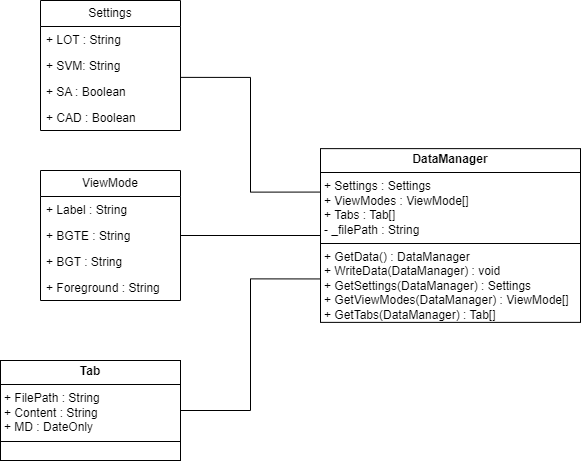
scholzandre/BetterEditor keeps this draw.io diagram as Drafts/ClassDiagrams.drawio.png. Above is the earlier version. Source tidied: cells renumbered, new cells last; positions are measured from the earlier drawing's top-left corner, leaving out a move shared by most shapes.
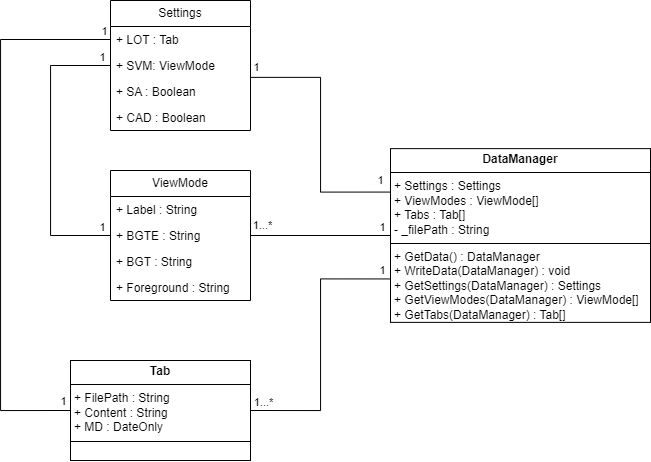
Above is the later version.

Commit message:
#update class diagrams

The edit, as a diff of the source:
```diff
@@ -5,10 +5,10 @@
     <mxCell id="2" value="Settings" style="swimlane;fontStyle=0;horizontal=1;startSize=26;fillColor=none;whiteSpace=wrap;html=1;" parent="1" vertex="1">
       <mxGeometry x="40" width="140" height="130" as="geometry" />
     </mxCell>
-    <mxCell id="3" value="+ LOT : String" style="text;strokeColor=none;fillColor=none;align=left;verticalAlign=top;spacingLeft=4;spacingRight=4;overflow=hidden;points=[[0,0.5],[1,0.5]];portConstraint=eastwest;whiteSpace=wrap;html=1;" parent="2" vertex="1">
+    <mxCell id="3" value="+ LOT : Tab" style="text;strokeColor=none;fillColor=none;align=left;verticalAlign=top;spacingLeft=4;spacingRight=4;overflow=hidden;points=[[0,0.5],[1,0.5]];portConstraint=eastwest;whiteSpace=wrap;html=1;" parent="2" vertex="1">
       <mxGeometry y="26" width="140" height="26" as="geometry" />
     </mxCell>
-    <mxCell id="4" value="+ SVM: String" style="text;strokeColor=none;fillColor=none;align=left;verticalAlign=top;spacingLeft=4;spacingRight=4;overflow=hidden;points=[[0,0.5],[1,0.5]];portConstraint=eastwest;whiteSpace=wrap;html=1;" parent="2" vertex="1">
+    <mxCell id="4" value="+ SVM: ViewMode" style="text;strokeColor=none;fillColor=none;align=left;verticalAlign=top;spacingLeft=4;spacingRight=4;overflow=hidden;points=[[0,0.5],[1,0.5]];portConstraint=eastwest;whiteSpace=wrap;html=1;" parent="2" vertex="1">
       <mxGeometry y="52" width="140" height="26" as="geometry" />
     </mxCell>
     <mxCell id="5" value="+ SA : Boolean" style="text;strokeColor=none;fillColor=none;align=left;verticalAlign=top;spacingLeft=4;spacingRight=4;overflow=hidden;whiteSpace=wrap;html=1;" parent="2" vertex="1">
@@ -35,17 +35,83 @@
     <mxCell id="12" style="edgeStyle=orthogonalEdgeStyle;rounded=0;jettySize=auto;html=1;entryX=0.998;entryY=0.957;entryDx=0;entryDy=0;entryPerimeter=0;endArrow=none;endFill=0;exitX=0;exitY=0.25;exitDx=0;exitDy=0;" parent="1" edge="1" source="16" target="4">
       <mxGeometry relative="1" as="geometry" />
     </mxCell>
+    <mxCell id="17" value="1" style="edgeLabel;html=1;align=center;verticalAlign=middle;" parent="12" vertex="1">
+      <mxGeometry x="-0.92" y="-2" relative="1" as="geometry">
+        <mxPoint y="-10" as="offset" />
+      </mxGeometry>
+    </mxCell>
+    <mxCell id="18" value="1" style="edgeLabel;html=1;align=center;verticalAlign=middle;" parent="12" vertex="1">
+      <mxGeometry x="0.95" y="-1" relative="1" as="geometry">
+        <mxPoint x="-1" y="-9" as="offset" />
+      </mxGeometry>
+    </mxCell>
     <mxCell id="13" style="edgeStyle=orthogonalEdgeStyle;rounded=0;jettySize=auto;html=1;entryX=1;entryY=0.5;entryDx=0;entryDy=0;endArrow=none;endFill=0;exitX=0;exitY=0.5;exitDx=0;exitDy=0;" parent="1" edge="1" source="16" target="9">
       <mxGeometry relative="1" as="geometry" />
     </mxCell>
+    <mxCell id="19" value="1...*" style="edgeLabel;html=1;align=center;verticalAlign=middle;" parent="13" vertex="1">
+      <mxGeometry x="0.83" y="1" relative="1" as="geometry">
+        <mxPoint y="-12" as="offset" />
+      </mxGeometry>
+    </mxCell>
+    <mxCell id="20" value="1" style="edgeLabel;html=1;align=center;verticalAlign=middle;" parent="13" vertex="1">
+      <mxGeometry x="-0.77" relative="1" as="geometry">
+        <mxPoint x="8" y="-9" as="offset" />
+      </mxGeometry>
+    </mxCell>
     <mxCell id="14" style="edgeStyle=orthogonalEdgeStyle;rounded=0;jettySize=auto;html=1;exitX=0;exitY=0.75;exitDx=0;exitDy=0;entryX=1;entryY=0.5;entryDx=0;entryDy=0;endArrow=none;endFill=0;" parent="1" edge="1" source="16" target="15">
       <mxGeometry relative="1" as="geometry" />
     </mxCell>
+    <mxCell id="21" value="1...*" style="edgeLabel;html=1;align=center;verticalAlign=middle;" parent="14" vertex="1">
+      <mxGeometry x="0.9" y="-4" relative="1" as="geometry">
+        <mxPoint x="-2" y="-5" as="offset" />
+      </mxGeometry>
+    </mxCell>
+    <mxCell id="22" value="1" style="edgeLabel;html=1;align=center;verticalAlign=middle;" parent="14" vertex="1">
+      <mxGeometry x="-0.92" y="-1" relative="1" as="geometry">
+        <mxPoint x="3" y="-8" as="offset" />
+      </mxGeometry>
+    </mxCell>
     <mxCell id="15" value="&lt;p style=&quot;margin:0px;margin-top:4px;text-align:center;&quot;&gt;&lt;b&gt;Tab&lt;/b&gt;&lt;/p&gt;&lt;hr size=&quot;1&quot; style=&quot;border-style:solid;&quot;&gt;&lt;p style=&quot;margin:0px;margin-left:4px;&quot;&gt;+ FilePath : String&lt;/p&gt;&lt;p style=&quot;margin:0px;margin-left:4px;&quot;&gt;+ Content : String&lt;/p&gt;&lt;p style=&quot;margin:0px;margin-left:4px;&quot;&gt;+ MD : DateOnly&lt;/p&gt;&lt;hr size=&quot;1&quot; style=&quot;border-style:solid;&quot;&gt;&lt;p style=&quot;margin:0px;margin-left:4px;&quot;&gt;&lt;br&gt;&lt;/p&gt;" style="verticalAlign=top;align=left;overflow=fill;html=1;whiteSpace=wrap;" parent="1" vertex="1">
       <mxGeometry y="360" width="180" height="100" as="geometry" />
     </mxCell>
     <mxCell id="16" value="&lt;p style=&quot;margin:0px;margin-top:4px;text-align:center;&quot;&gt;&lt;b&gt;DataManager&lt;/b&gt;&lt;/p&gt;&lt;hr size=&quot;1&quot; style=&quot;border-style:solid;&quot;&gt;&lt;p style=&quot;margin:0px;margin-left:4px;&quot;&gt;+ Settings : Settings&lt;/p&gt;&lt;p style=&quot;margin:0px;margin-left:4px;&quot;&gt;+ ViewModes : ViewMode[]&lt;/p&gt;&lt;p style=&quot;margin:0px;margin-left:4px;&quot;&gt;+ Tabs : Tab[]&lt;/p&gt;&lt;p style=&quot;margin:0px;margin-left:4px;&quot;&gt;- _filePath : String&lt;/p&gt;&lt;hr size=&quot;1&quot; style=&quot;border-style:solid;&quot;&gt;&lt;p style=&quot;margin:0px;margin-left:4px;&quot;&gt;+ GetData() : DataManager&lt;/p&gt;&lt;p style=&quot;margin:0px;margin-left:4px;&quot;&gt;+ WriteData(DataManager) : void&lt;/p&gt;&lt;p style=&quot;margin:0px;margin-left:4px;&quot;&gt;+ GetSettings(DataManager) : Settings&lt;/p&gt;&lt;p style=&quot;margin:0px;margin-left:4px;&quot;&gt;+ GetViewModes(DataManager) : ViewMode[]&lt;/p&gt;&lt;p style=&quot;margin:0px;margin-left:4px;&quot;&gt;+ GetTabs(DataManager) : Tab[]&lt;span style=&quot;background-color: initial;&quot;&gt;&amp;nbsp;&lt;/span&gt;&lt;/p&gt;" style="verticalAlign=top;align=left;overflow=fill;html=1;whiteSpace=wrap;" parent="1" vertex="1">
       <mxGeometry x="320" y="148.1" width="260" height="173.8" as="geometry" />
     </mxCell>
+    <mxCell id="23" style="edgeStyle=orthogonalEdgeStyle;rounded=0;jettySize=auto;html=1;exitX=0;exitY=0.5;exitDx=0;exitDy=0;entryX=0;entryY=0.5;entryDx=0;entryDy=0;endArrow=none;endFill=0;" parent="1" edge="1" source="3" target="15">
+      <mxGeometry relative="1" as="geometry">
+        <Array as="points">
+          <mxPoint x="-70" y="39" />
+          <mxPoint x="-70" y="410" />
+        </Array>
+      </mxGeometry>
+    </mxCell>
+    <mxCell id="24" value="1" style="edgeLabel;html=1;align=center;verticalAlign=middle;" parent="23" vertex="1">
+      <mxGeometry x="-0.95" y="-1" relative="1" as="geometry">
+        <mxPoint x="8" y="-8" as="offset" />
+      </mxGeometry>
+    </mxCell>
+    <mxCell id="25" value="1" style="edgeLabel;html=1;align=center;verticalAlign=middle;" parent="23" vertex="1">
+      <mxGeometry x="0.96" relative="1" as="geometry">
+        <mxPoint x="2" y="-10" as="offset" />
+      </mxGeometry>
+    </mxCell>
+    <mxCell id="26" style="edgeStyle=orthogonalEdgeStyle;rounded=0;jettySize=auto;html=1;exitX=0;exitY=0.5;exitDx=0;exitDy=0;entryX=0;entryY=0.5;entryDx=0;entryDy=0;endArrow=none;endFill=0;" parent="1" edge="1" source="4" target="9">
+      <mxGeometry relative="1" as="geometry">
+        <Array as="points">
+          <mxPoint x="-20" y="65" />
+          <mxPoint x="-20" y="235" />
+        </Array>
+      </mxGeometry>
+    </mxCell>
+    <mxCell id="27" value="1" style="edgeLabel;html=1;align=center;verticalAlign=middle;" parent="26" vertex="1">
+      <mxGeometry x="-0.86" y="-6" relative="1" as="geometry">
+        <mxPoint x="13" y="-3" as="offset" />
+      </mxGeometry>
+    </mxCell>
+    <mxCell id="28" value="1" style="edgeLabel;html=1;align=center;verticalAlign=middle;" parent="26" vertex="1">
+      <mxGeometry x="0.91" relative="1" as="geometry">
+        <mxPoint x="4" y="-9" as="offset" />
+      </mxGeometry>
+    </mxCell>
   </root>
 </mxGraphModel>
```
